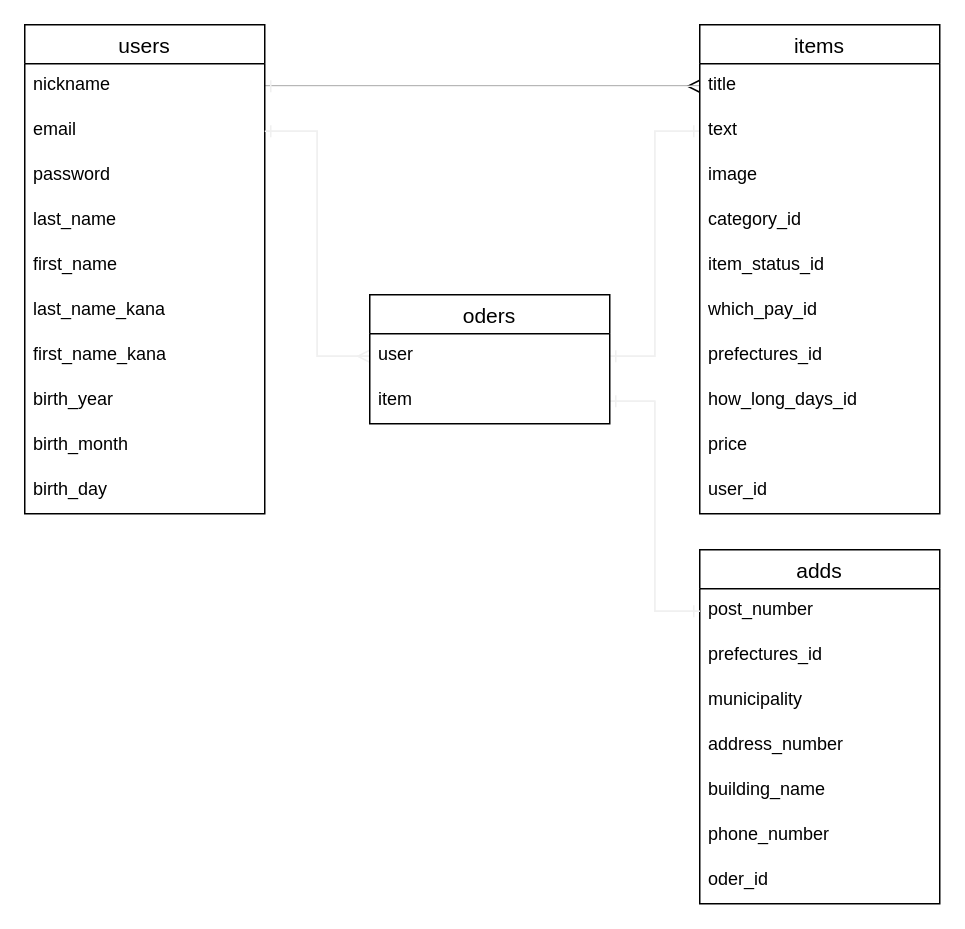
Earlier version of the draw.io diagram .dio (DaichiSakakibara/furima-31728). Source tidied: cells renumbered, new cells numbered last; positions are measured from the earlier drawing's top-left corner, leaving out a move shared by most shapes. Both pictures are drawn from the tidied source at 150%, with x=0, y=0 at pixel (24, 24).
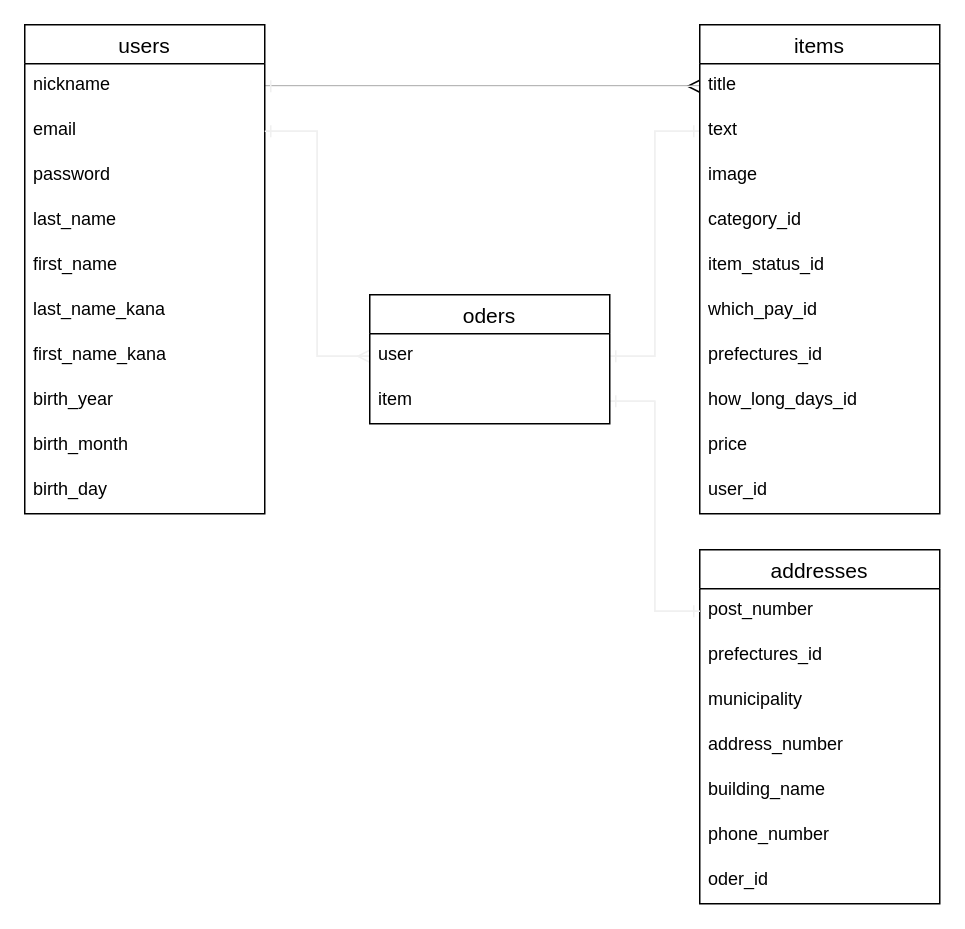
After the change.

Diff of the diagram source:
```diff
@@
-    <mxCell id="30" value="adds" style="swimlane;fontStyle=0;horizontal=1;startSize=26;align=center;fontSize=14;" parent="1" vertex="1">
+    <mxCell id="30" value="addresses" style="swimlane;fontStyle=0;horizontal=1;startSize=26;align=center;fontSize=14;" parent="1" vertex="1">
       <mxGeometry x="450" y="350" width="160" height="236" as="geometry" />
     </mxCell>
```
